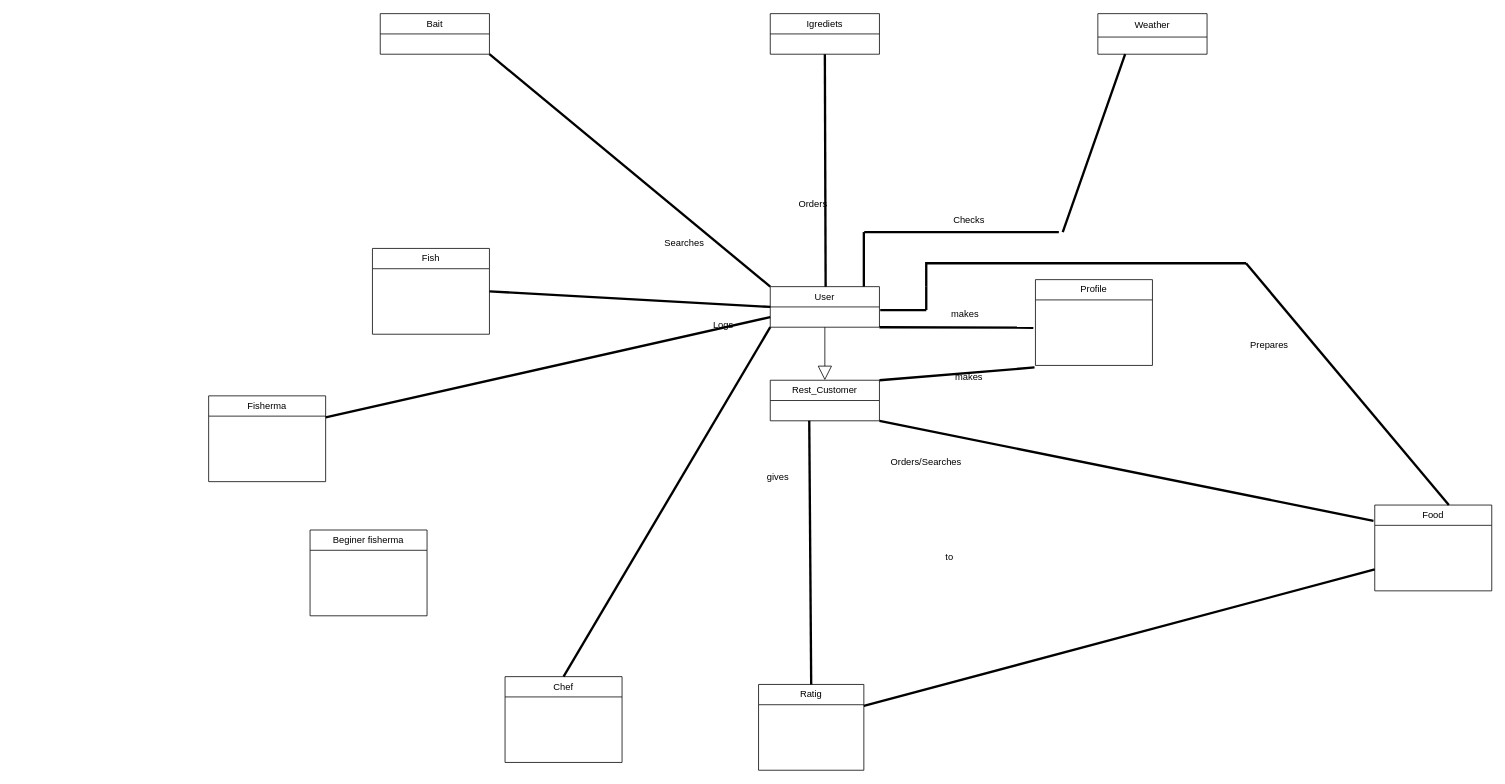
Earlier version of the draw.io diagram domain model - kostas.drawio (TMCEID/SoftEngFishApp). Source tidied: cells renumbered, new cells numbered last; positions are measured from the earlier drawing's top-left corner, leaving out a move shared by most shapes. Both pictures are drawn from the tidied source at 78%, with x=0, y=0 at pixel (208, 13).
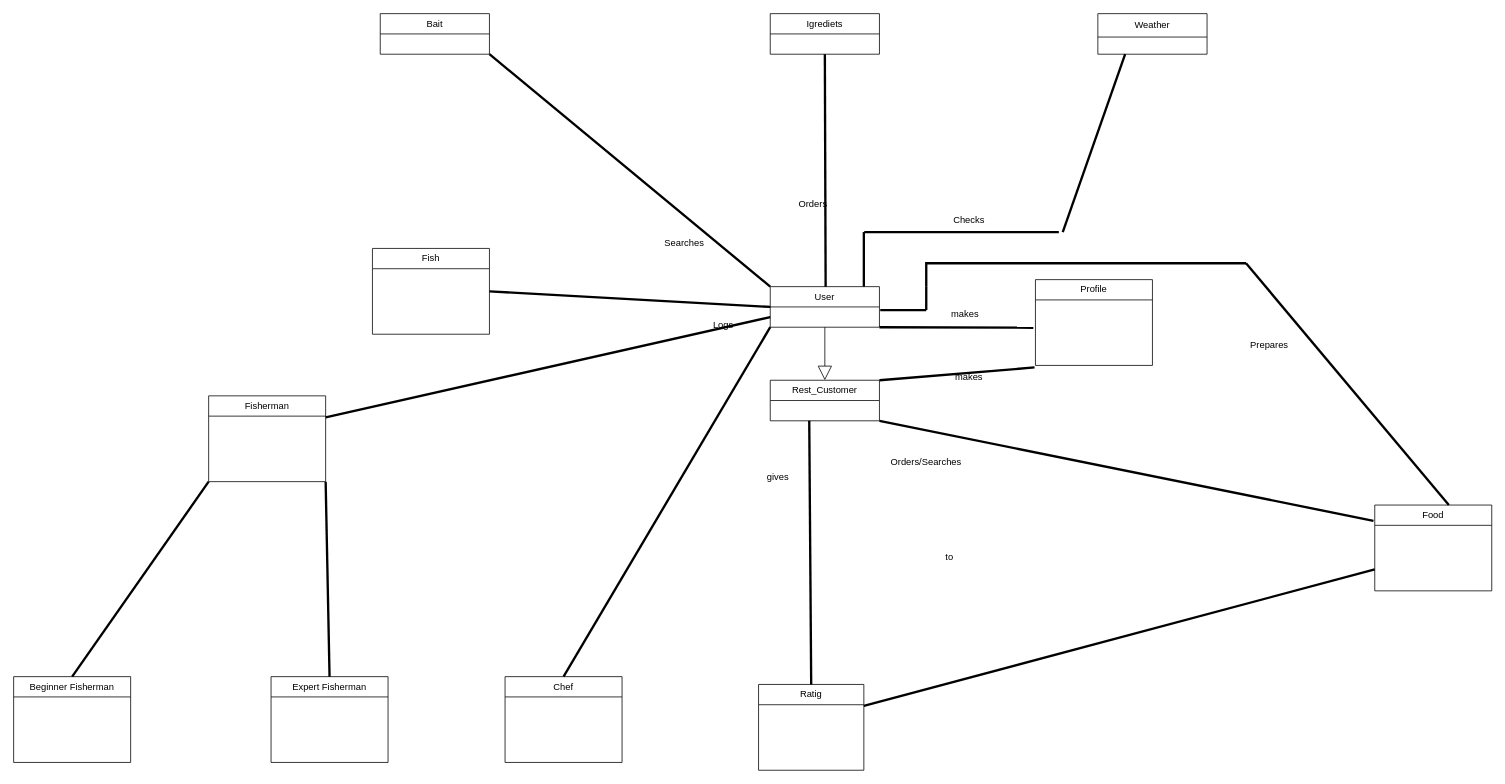
After the change.

Commit message:
Δουλευουμε με τον θοδωρη

The edit, as a diff of the source:
```diff
@@
-    <mxCell id="57" value="Fisherma" style="swimlane;fontStyle=0;horizontal=1;startSize=26;fillColor=none;whiteSpace=wrap;html=1;" parent="1" vertex="1">
+    <mxCell id="57" value="Fisherman" style="swimlane;fontStyle=0;horizontal=1;startSize=26;fillColor=none;whiteSpace=wrap;html=1;" parent="1" vertex="1">
       <mxGeometry y="490" width="150" height="110" as="geometry" />
     </mxCell>
@@
-    <mxCell id="59" value="Beginer fisherma" style="swimlane;fontStyle=0;horizontal=1;startSize=26;fillColor=none;whiteSpace=wrap;html=1;" parent="1" vertex="1">
-      <mxGeometry x="130" y="662" width="150" height="110" as="geometry" />
+    <mxCell id="59" value="Beginner Fisherman" style="swimlane;fontStyle=0;horizontal=1;startSize=26;fillColor=none;whiteSpace=wrap;html=1;" parent="1" vertex="1">
+      <mxGeometry x="-250" y="850" width="150" height="110" as="geometry" />
     </mxCell>
@@
+    <mxCell id="62" style="endArrow=none;startArrow=none;endFill=0;startFill=0;endSize=8;html=1;verticalAlign=bottom;labelBackgroundColor=none;strokeWidth=3;rounded=0;entryX=0;entryY=1;entryDx=0;entryDy=0;exitX=0.5;exitY=0;exitDx=0;exitDy=0;" parent="1" edge="1" source="59" target="57">
+      <mxGeometry relative="1" as="geometry" />
+    </mxCell>
+    <mxCell id="63" value="Expert Fisherman" style="swimlane;fontStyle=0;horizontal=1;startSize=26;fillColor=none;whiteSpace=wrap;html=1;" parent="1" vertex="1">
+      <mxGeometry x="80" y="850" width="150" height="110" as="geometry" />
+    </mxCell>
+    <mxCell id="64" style="endArrow=none;startArrow=none;endFill=0;startFill=0;endSize=8;html=1;verticalAlign=bottom;labelBackgroundColor=none;strokeWidth=3;rounded=0;entryX=1;entryY=1;entryDx=0;entryDy=0;exitX=0.5;exitY=0;exitDx=0;exitDy=0;" parent="1" edge="1" source="63" target="57">
+      <mxGeometry relative="1" as="geometry" />
+    </mxCell>
```
